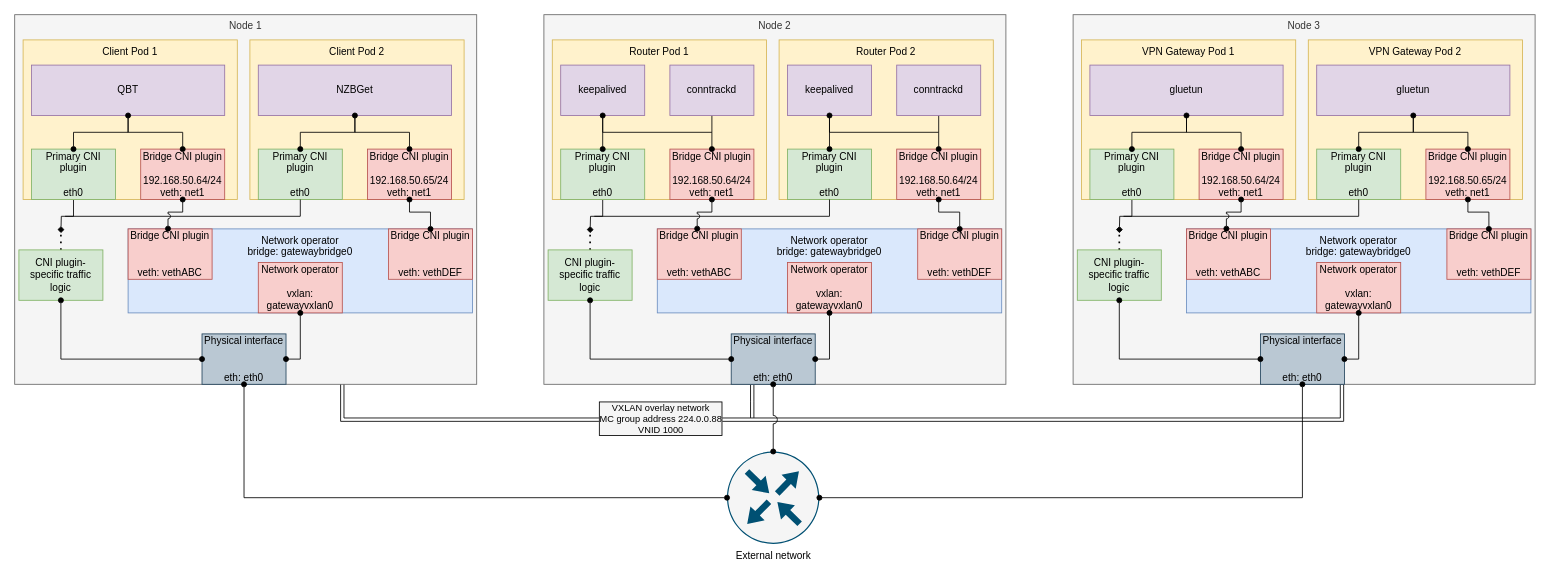
Before: cluster/gitops/networking/vpn/docs/VPN gateway interfaces.drawio in solidDoWant/infra-mk3, a draw.io diagram. Source tidied: cells renumbered, new cells numbered last; positions are measured from the earlier drawing's top-left corner, leaving out a move shared by most shapes. Both pictures are drawn from the tidied source at 84%, with x=0, y=0 at pixel (14, 14).
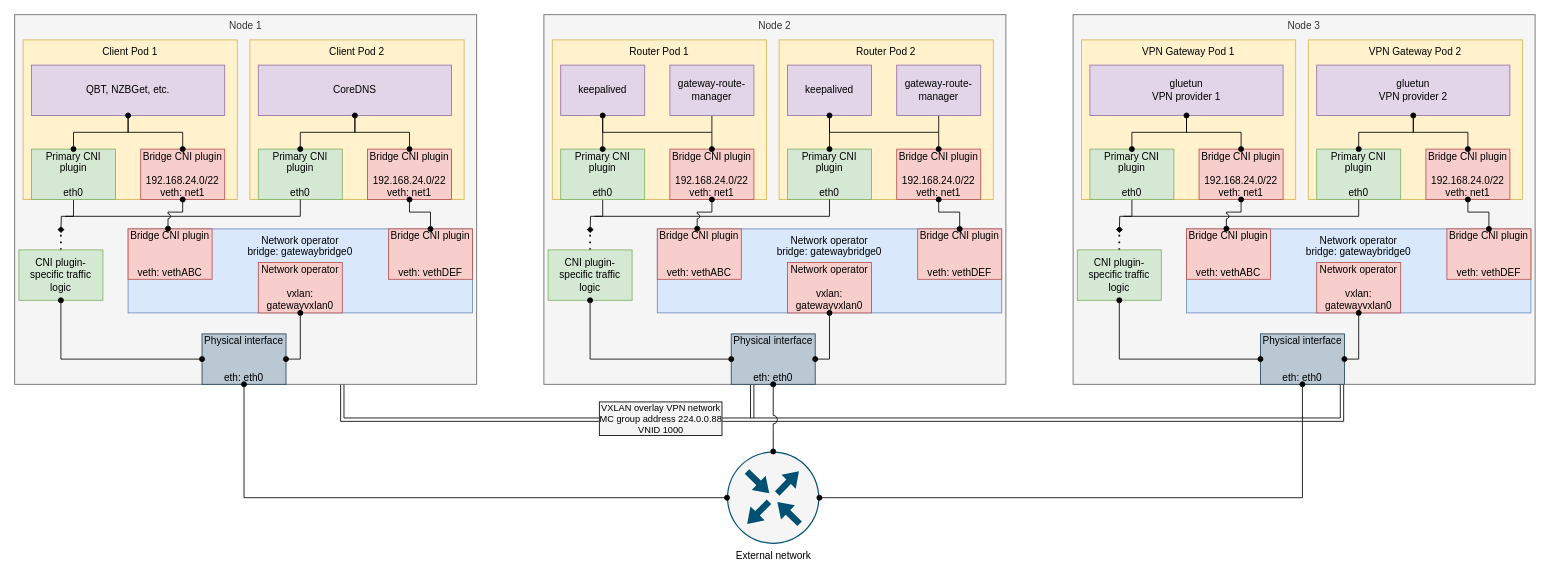
After the change.

The change refers to these unchanged cells:
```xml
<mxCell id="2" style="edgeStyle=orthogonalEdgeStyle;rounded=0;orthogonalLoop=1;jettySize=auto;html=1;exitX=0.869;exitY=0.981;exitDx=0;exitDy=0;entryX=0.169;entryY=1.007;entryDx=0;entryDy=0;shape=link;exitPerimeter=0;entryPerimeter=0;" parent="1" edge="1">
  <mxGeometry relative="1" as="geometry">
    <mxPoint x="390" y="436" as="sourcePoint" />
    <mxPoint x="1580" y="437.6" as="targetPoint" />
    <Array as="points">
      <mxPoint x="390.1" y="482.1" />
      <mxPoint x="1580.1" y="482.1" />
      <mxPoint x="1580.1" y="443.1" />
    </Array>
  </mxGeometry>
</mxCell>
<mxCell id="16" style="group;" parent="5" vertex="1">
  <mxGeometry x="10" y="30" width="255" height="190" as="geometry" />
</mxCell>
<mxCell id="23" style="group;" parent="5" vertex="1">
  <mxGeometry x="280" y="30" width="255" height="190" as="geometry" />
</mxCell>
<mxCell id="46" style="group;" parent="34" vertex="1">
  <mxGeometry x="10" y="30" width="255" height="190" as="geometry" />
</mxCell>
<mxCell id="56" style="group;" parent="34" vertex="1">
  <mxGeometry x="280" y="30" width="255" height="190" as="geometry" />
</mxCell>
<mxCell id="79" style="group;" parent="68" vertex="1">
  <mxGeometry x="10" y="30" width="255" height="190" as="geometry" />
</mxCell>
<mxCell id="86" style="group;" parent="68" vertex="1">
  <mxGeometry x="280" y="30" width="255" height="190" as="geometry" />
</mxCell>
```

Diff of the diagram source:
```diff
@@
-    <mxCell id="3" value="VXLAN overlay network&lt;br&gt;MC group address 224.0.0.88&lt;br&gt;VNID 1000" style="edgeLabel;html=1;align=center;verticalAlign=middle;labelBackgroundColor=light-dark(#f5f5f5, #959595);labelBorderColor=default;spacing=10;" parent="2" vertex="1">
+    <mxCell id="3" value="VXLAN overlay VPN network&lt;br&gt;MC group address 224.0.0.88&lt;br&gt;VNID 1000" style="edgeLabel;html=1;align=center;verticalAlign=middle;labelBackgroundColor=light-dark(#f5f5f5, #959595);labelBorderColor=default;spacing=10;" parent="2" vertex="1">
       <mxGeometry x="0.01" relative="1" as="geometry">
         <mxPoint x="-222" y="-2" as="offset" />
       </mxGeometry>
     </mxCell>
@@
-    <mxCell id="19" value="Bridge CNI plugin&lt;br&gt;&lt;br&gt;192.168.50.64/24&lt;br&gt;veth: net1" style="rounded=0;whiteSpace=wrap;html=1;fillColor=#f8cecc;strokeColor=#b85450;" parent="16" vertex="1">
+    <mxCell id="19" value="Bridge CNI plugin&lt;br&gt;&lt;br&gt;192.168.24.0/22&lt;br&gt;veth: net1" style="rounded=0;whiteSpace=wrap;html=1;fillColor=#f8cecc;strokeColor=#b85450;" parent="16" vertex="1">
       <mxGeometry x="140" y="130" width="100" height="60" as="geometry" />
     </mxCell>
-    <mxCell id="20" value="QBT" style="rounded=0;whiteSpace=wrap;html=1;fillColor=#e1d5e7;strokeColor=#9673a6;" parent="16" vertex="1">
+    <mxCell id="20" value="QBT, NZBGet, etc." style="rounded=0;whiteSpace=wrap;html=1;fillColor=#e1d5e7;strokeColor=#9673a6;" parent="16" vertex="1">
       <mxGeometry x="10" y="30" width="230" height="60" as="geometry" />
     </mxCell>
@@
-    <mxCell id="26" value="Bridge CNI plugin&lt;br&gt;&lt;br&gt;192.168.50.65/24&lt;br&gt;veth: net1" style="rounded=0;whiteSpace=wrap;html=1;fillColor=#f8cecc;strokeColor=#b85450;" parent="23" vertex="1">
+    <mxCell id="26" value="Bridge CNI plugin&lt;br&gt;&lt;br&gt;&lt;span style=&quot;color: rgb(0, 0, 0);&quot;&gt;192.168.24.0/22&lt;/span&gt;&lt;br&gt;veth: net1" style="rounded=0;whiteSpace=wrap;html=1;fillColor=#f8cecc;strokeColor=#b85450;" parent="23" vertex="1">
       <mxGeometry x="140" y="130" width="100" height="60" as="geometry" />
     </mxCell>
-    <mxCell id="27" value="NZBGet" style="rounded=0;whiteSpace=wrap;html=1;fillColor=#e1d5e7;strokeColor=#9673a6;" parent="23" vertex="1">
+    <mxCell id="27" value="CoreDNS" style="rounded=0;whiteSpace=wrap;html=1;fillColor=#e1d5e7;strokeColor=#9673a6;" parent="23" vertex="1">
       <mxGeometry x="10" y="30" width="230" height="60" as="geometry" />
     </mxCell>
@@
-    <mxCell id="49" value="Bridge CNI plugin&lt;br&gt;&lt;br&gt;192.168.50.64/24&lt;br&gt;veth: net1" style="rounded=0;whiteSpace=wrap;html=1;fillColor=#f8cecc;strokeColor=#b85450;" parent="46" vertex="1">
+    <mxCell id="49" value="Bridge CNI plugin&lt;br&gt;&lt;br&gt;&lt;span style=&quot;color: rgb(0, 0, 0);&quot;&gt;192.168.24.0/22&lt;/span&gt;&lt;br&gt;veth: net1" style="rounded=0;whiteSpace=wrap;html=1;fillColor=#f8cecc;strokeColor=#b85450;" parent="46" vertex="1">
       <mxGeometry x="140" y="130" width="100" height="60" as="geometry" />
     </mxCell>
@@
-    <mxCell id="54" value="conntrackd" style="rounded=0;whiteSpace=wrap;html=1;fillColor=#e1d5e7;strokeColor=#9673a6;" parent="46" vertex="1">
+    <mxCell id="54" value="gateway-route-manager" style="rounded=0;whiteSpace=wrap;html=1;fillColor=#e1d5e7;strokeColor=#9673a6;" parent="46" vertex="1">
       <mxGeometry x="140" y="30" width="100" height="60" as="geometry" />
     </mxCell>
@@
-    <mxCell id="59" value="Bridge CNI plugin&lt;br&gt;&lt;br&gt;192.168.50.64/24&lt;br&gt;veth: net1" style="rounded=0;whiteSpace=wrap;html=1;fillColor=#f8cecc;strokeColor=#b85450;" parent="56" vertex="1">
+    <mxCell id="59" value="Bridge CNI plugin&lt;br&gt;&lt;br&gt;&lt;span style=&quot;color: rgb(0, 0, 0);&quot;&gt;192.168.24.0/22&lt;/span&gt;&lt;br&gt;veth: net1" style="rounded=0;whiteSpace=wrap;html=1;fillColor=#f8cecc;strokeColor=#b85450;" parent="56" vertex="1">
       <mxGeometry x="140" y="130" width="100" height="60" as="geometry" />
     </mxCell>
@@
-    <mxCell id="64" value="conntrackd" style="rounded=0;whiteSpace=wrap;html=1;fillColor=#e1d5e7;strokeColor=#9673a6;" parent="56" vertex="1">
+    <mxCell id="64" value="&lt;span style=&quot;color: rgb(0, 0, 0);&quot;&gt;gateway-route-manager&lt;/span&gt;" style="rounded=0;whiteSpace=wrap;html=1;fillColor=#e1d5e7;strokeColor=#9673a6;" parent="56" vertex="1">
       <mxGeometry x="140" y="30" width="100" height="60" as="geometry" />
     </mxCell>
@@
-    <mxCell id="82" value="Bridge CNI plugin&lt;br&gt;&lt;br&gt;192.168.50.64/24&lt;br&gt;veth: net1" style="rounded=0;whiteSpace=wrap;html=1;fillColor=#f8cecc;strokeColor=#b85450;" parent="79" vertex="1">
+    <mxCell id="82" value="Bridge CNI plugin&lt;br&gt;&lt;br&gt;&lt;span style=&quot;color: rgb(0, 0, 0);&quot;&gt;192.168.24.0/22&lt;/span&gt;&lt;br&gt;veth: net1" style="rounded=0;whiteSpace=wrap;html=1;fillColor=#f8cecc;strokeColor=#b85450;" parent="79" vertex="1">
       <mxGeometry x="140" y="130" width="100" height="60" as="geometry" />
     </mxCell>
-    <mxCell id="83" value="gluetun" style="rounded=0;whiteSpace=wrap;html=1;fillColor=#e1d5e7;strokeColor=#9673a6;" parent="79" vertex="1">
+    <mxCell id="83" value="gluetun&lt;br&gt;VPN provider 1" style="rounded=0;whiteSpace=wrap;html=1;fillColor=#e1d5e7;strokeColor=#9673a6;" parent="79" vertex="1">
       <mxGeometry x="10" y="30" width="230" height="60" as="geometry" />
     </mxCell>
@@
-    <mxCell id="89" value="Bridge CNI plugin&lt;br&gt;&lt;br&gt;192.168.50.65/24&lt;br&gt;veth: net1" style="rounded=0;whiteSpace=wrap;html=1;fillColor=#f8cecc;strokeColor=#b85450;" parent="86" vertex="1">
+    <mxCell id="89" value="Bridge CNI plugin&lt;br&gt;&lt;br&gt;&lt;span style=&quot;color: rgb(0, 0, 0);&quot;&gt;192.168.24.0/22&lt;/span&gt;&lt;br&gt;veth: net1" style="rounded=0;whiteSpace=wrap;html=1;fillColor=#f8cecc;strokeColor=#b85450;" parent="86" vertex="1">
       <mxGeometry x="140" y="130" width="100" height="60" as="geometry" />
     </mxCell>
-    <mxCell id="90" value="gluetun" style="rounded=0;whiteSpace=wrap;html=1;fillColor=#e1d5e7;strokeColor=#9673a6;" parent="86" vertex="1">
+    <mxCell id="90" value="gluetun&lt;br&gt;VPN provider 2" style="rounded=0;whiteSpace=wrap;html=1;fillColor=#e1d5e7;strokeColor=#9673a6;" parent="86" vertex="1">
       <mxGeometry x="10" y="30" width="230" height="60" as="geometry" />
     </mxCell>
```
